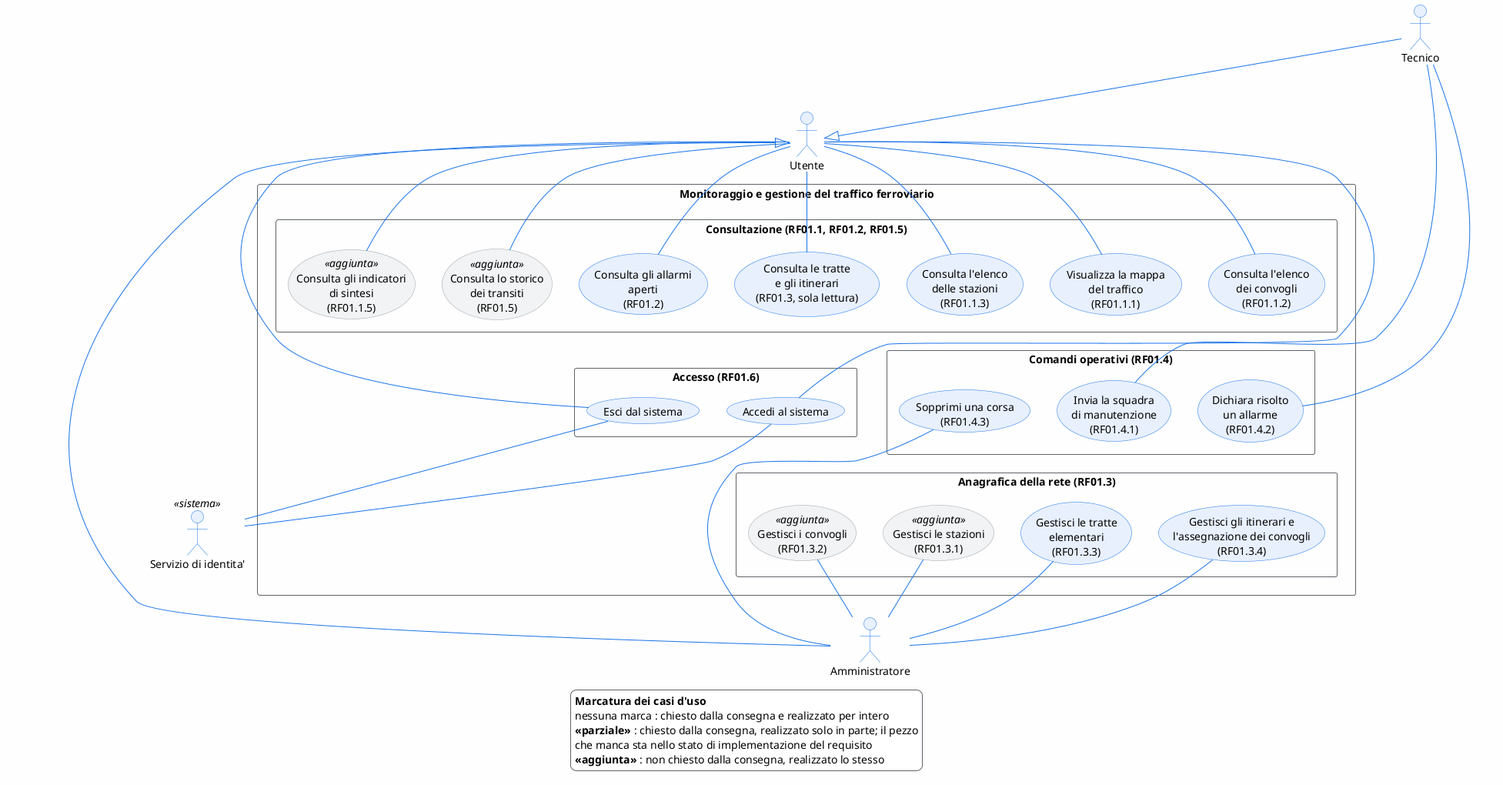
mar-robba/PISSIR keeps this PlantUML diagram as doc/documentazioneFinale/immaginiDocumentazioneDelSistemaMonitoraggioEGestioneDelTrafficoFerroviario/casi_uso_00_attori_e_casi_uso.png. Above is the earlier version.
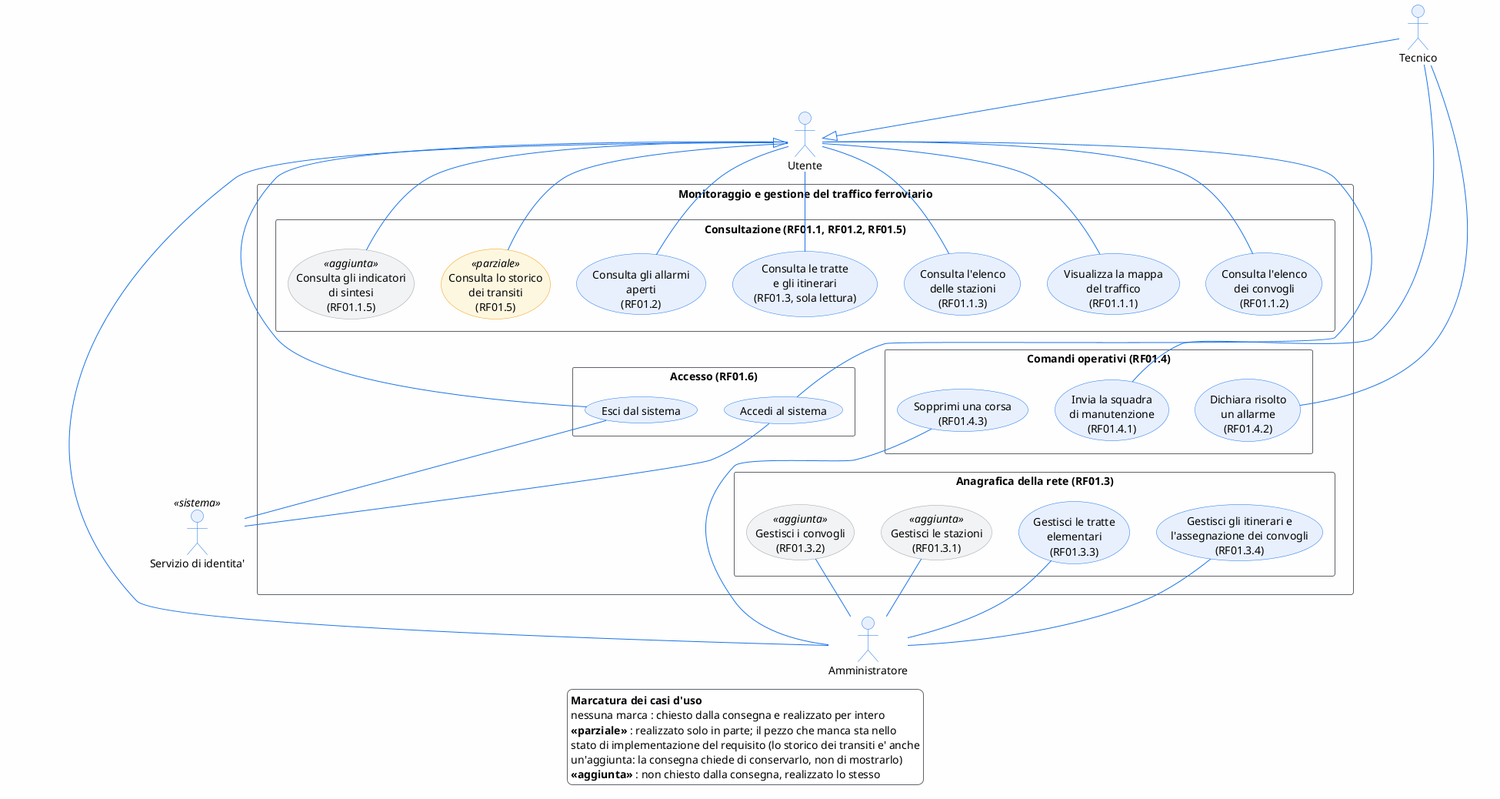
Later version of the same file.

The edit, as a diff of the source:
```diff
@@ -44,7 +44,7 @@
     usecase "Consulta le tratte\ne gli itinerari\n(RF01.3, sola lettura)" as UC06
     usecase "Consulta gli allarmi\naperti\n(RF01.2)" as UC05
     usecase "Consulta gli indicatori\ndi sintesi\n(RF01.1.5)" as UC04 <<aggiunta>>
-    usecase "Consulta lo storico\ndei transiti\n(RF01.5)" as UC07 <<aggiunta>>
+    usecase "Consulta lo storico\ndei transiti\n(RF01.5)" as UC07 <<parziale>>
   }
 
   rectangle "Comandi operativi (RF01.4)" as G2 {
@@ -102,8 +102,9 @@
 legend bottom
   <b>Marcatura dei casi d'uso</b>
   nessuna marca : chiesto dalla consegna e realizzato per intero
-  <b>«parziale»</b> : chiesto dalla consegna, realizzato solo in parte; il pezzo
-  che manca sta nello stato di implementazione del requisito
+  <b>«parziale»</b> : realizzato solo in parte; il pezzo che manca sta nello
+  stato di implementazione del requisito (lo storico dei transiti e' anche
+  un'aggiunta: la consegna chiede di conservarlo, non di mostrarlo)
   <b>«aggiunta»</b> : non chiesto dalla consegna, realizzato lo stesso
 endlegend
 @enduml
```
